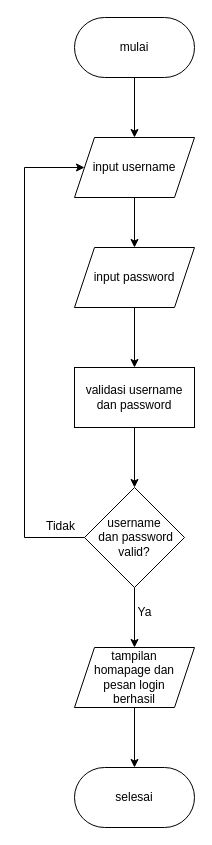
This is flowchart/flowchart_login.drawio from rafidhp/TravelYupi, a draw.io file, before an edit. Source tidied: cells renumbered, new cells numbered last; positions are measured from the earlier drawing's top-left corner, leaving out a move shared by most shapes. Both pictures are drawn from the tidied source at 100%, with x=0, y=0 at pixel (24, 17).
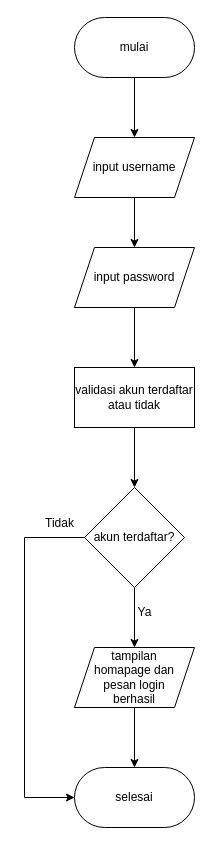
Above is the later version.

Change to the diagram source:
```diff
@@
 <mxGraphModel>
   <root>
     <mxCell id="0" />
     <mxCell id="1" parent="0" />
     <mxCell id="2" style="edgeStyle=orthogonalEdgeStyle;rounded=0;jettySize=auto;html=1;" parent="1" edge="1" source="3" target="5">
       <mxGeometry relative="1" as="geometry" />
     </mxCell>
     <mxCell id="3" value="mulai" style="rounded=1;whiteSpace=wrap;html=1;arcSize=50;" parent="1" vertex="1">
       <mxGeometry x="50" width="120" height="60" as="geometry" />
     </mxCell>
     <mxCell id="4" style="edgeStyle=orthogonalEdgeStyle;rounded=0;jettySize=auto;html=1;entryX=0.5;entryY=0;entryDx=0;entryDy=0;" parent="1" edge="1" source="5" target="7">
       <mxGeometry relative="1" as="geometry" />
     </mxCell>
     <mxCell id="5" value="input username" style="shape=parallelogram;perimeter=parallelogramPerimeter;whiteSpace=wrap;html=1;fixedSize=1;" parent="1" vertex="1">
       <mxGeometry x="50" y="120" width="120" height="60" as="geometry" />
     </mxCell>
     <mxCell id="6" style="edgeStyle=orthogonalEdgeStyle;rounded=0;jettySize=auto;html=1;entryX=0.5;entryY=0;entryDx=0;entryDy=0;" parent="1" edge="1" source="7" target="9">
       <mxGeometry relative="1" as="geometry" />
     </mxCell>
     <mxCell id="7" value="input password" style="shape=parallelogram;perimeter=parallelogramPerimeter;whiteSpace=wrap;html=1;fixedSize=1;" parent="1" vertex="1">
       <mxGeometry x="50" y="230" width="120" height="60" as="geometry" />
     </mxCell>
     <mxCell id="8" style="edgeStyle=orthogonalEdgeStyle;rounded=0;jettySize=auto;html=1;entryX=0.5;entryY=0;entryDx=0;entryDy=0;" parent="1" edge="1" source="9" target="15">
       <mxGeometry relative="1" as="geometry" />
     </mxCell>
-    <mxCell id="9" value="validasi username dan password" style="rounded=0;whiteSpace=wrap;html=1;" parent="1" vertex="1">
+    <mxCell id="9" value="validasi akun terdaftar atau tidak" style="rounded=0;whiteSpace=wrap;html=1;" parent="1" vertex="1">
       <mxGeometry x="50" y="350" width="120" height="60" as="geometry" />
     </mxCell>
     <mxCell id="10" style="edgeStyle=orthogonalEdgeStyle;rounded=0;jettySize=auto;html=1;entryX=0.5;entryY=0;entryDx=0;entryDy=0;" parent="1" edge="1" source="11" target="12">
       <mxGeometry relative="1" as="geometry" />
     </mxCell>
     <mxCell id="11" value="tampilan&lt;br&gt;homapage dan &lt;br&gt;pesan login &lt;br&gt;berhasil" style="shape=parallelogram;perimeter=parallelogramPerimeter;whiteSpace=wrap;html=1;fixedSize=1;" parent="1" vertex="1">
       <mxGeometry x="50" y="630" width="120" height="60" as="geometry" />
     </mxCell>
     <mxCell id="12" value="selesai" style="rounded=1;whiteSpace=wrap;html=1;arcSize=50;" parent="1" vertex="1">
       <mxGeometry x="50" y="750" width="120" height="60" as="geometry" />
     </mxCell>
-    <mxCell id="13" style="edgeStyle=orthogonalEdgeStyle;rounded=0;jettySize=auto;html=1;entryX=0;entryY=0.5;entryDx=0;entryDy=0;" parent="1" edge="1" source="15" target="5">
-      <mxGeometry relative="1" as="geometry">
-        <Array as="points">
-          <mxPoint y="520" />
-          <mxPoint y="150" />
-        </Array>
-      </mxGeometry>
-    </mxCell>
     <mxCell id="14" style="edgeStyle=orthogonalEdgeStyle;rounded=0;jettySize=auto;html=1;entryX=0.5;entryY=0;entryDx=0;entryDy=0;" parent="1" edge="1" source="15" target="11">
       <mxGeometry relative="1" as="geometry" />
     </mxCell>
+    <mxCell id="18" style="edgeStyle=orthogonalEdgeStyle;rounded=0;jettySize=auto;html=1;" parent="1" edge="1" source="15" target="12">
+      <mxGeometry relative="1" as="geometry">
+        <Array as="points">
+          <mxPoint y="520" />
+          <mxPoint y="780" />
+        </Array>
+      </mxGeometry>
+    </mxCell>
-    <mxCell id="15" value="username&lt;br&gt;&amp;nbsp;dan password valid?" style="rhombus;whiteSpace=wrap;html=1;" parent="1" vertex="1">
+    <mxCell id="15" value="akun terdaftar?" style="rhombus;whiteSpace=wrap;html=1;" parent="1" vertex="1">
       <mxGeometry x="60" y="470" width="100" height="100" as="geometry" />
     </mxCell>
     <mxCell id="16" value="Tidak" style="text;html=1;align=center;verticalAlign=middle;strokeColor=none;fillColor=none;" parent="1" vertex="1">
-      <mxGeometry x="11" y="494" width="50" height="30" as="geometry" />
+      <mxGeometry x="10" y="491" width="50" height="30" as="geometry" />
     </mxCell>
     <mxCell id="17" value="Ya" style="text;html=1;align=center;verticalAlign=middle;strokeColor=none;fillColor=none;" parent="1" vertex="1">
       <mxGeometry x="100" y="580" width="40" height="30" as="geometry" />
     </mxCell>
   </root>
 </mxGraphModel>
```
